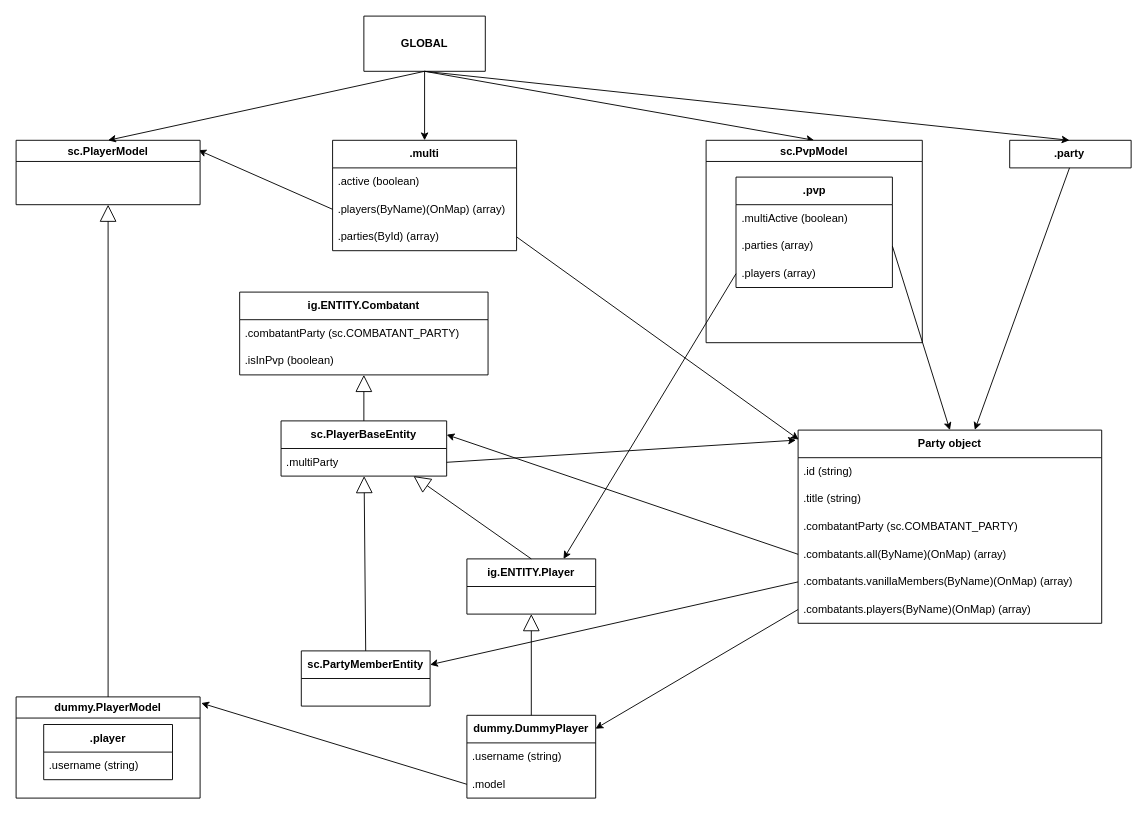
This is docs/drawio/game-vars.drawio from krypciak/cc-multibakery, a draw.io file, before an edit. Source tidied: cells renumbered, new cells numbered last; positions are measured from the earlier drawing's top-left corner, leaving out a move shared by most shapes. Both pictures are drawn from the tidied source at 92%, with x=0, y=0 at pixel (16, 16).
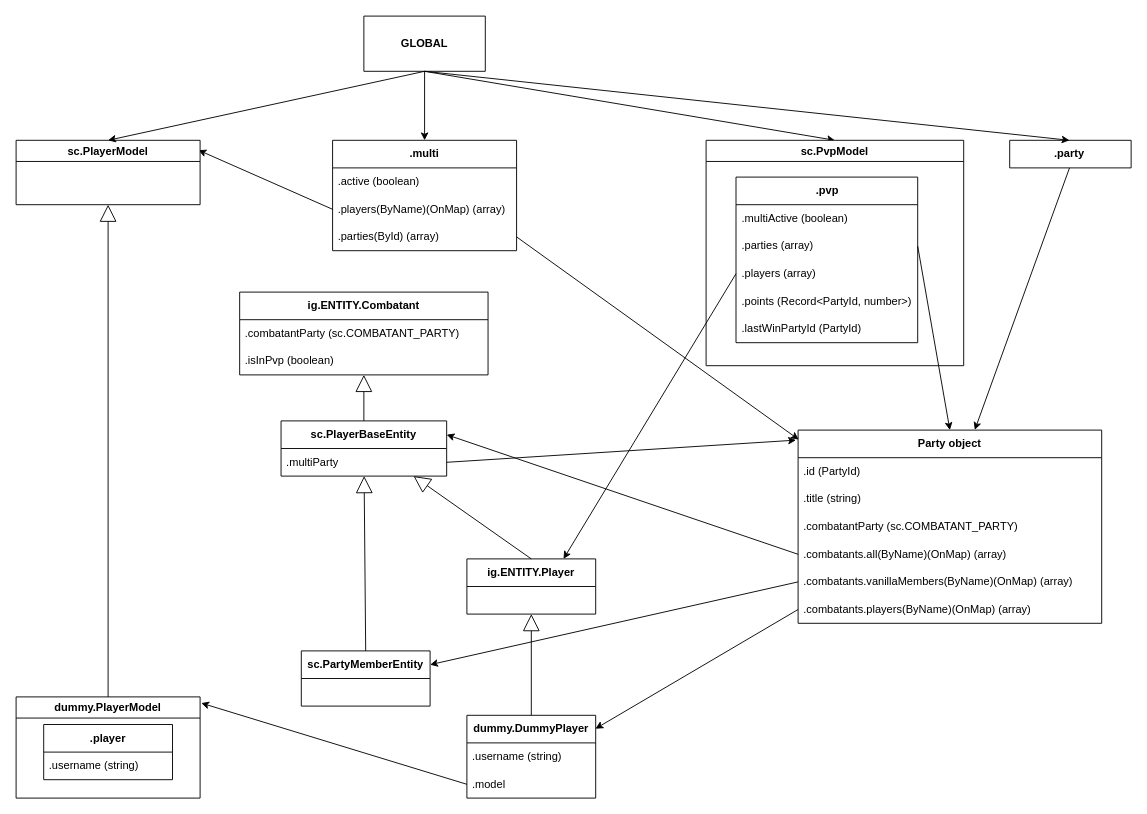
After the change.

Commit message (it also covers changes not shown here):
Add pvp.points and pvp.lastWinPartyId read only game variables

Unchanged cells that the change refers to:
```xml
<mxCell id="12" value="&lt;b&gt;Party object&lt;/b&gt;" style="swimlane;fontStyle=0;horizontal=1;startSize=30;whiteSpace=wrap;html=1;" parent="1" vertex="1">
  <mxGeometry x="850" y="450" width="330" height="210" as="geometry" />
</mxCell>
```

Change to the diagram source:
```diff
@@
-    <mxCell id="13" value=".id (string)" style="text;strokeColor=none;fillColor=none;align=left;verticalAlign=middle;spacingLeft=4;spacingRight=4;overflow=hidden;whiteSpace=wrap;html=1;" parent="12" vertex="1">
+    <mxCell id="13" value=".id (PartyId)" style="text;strokeColor=none;fillColor=none;align=left;verticalAlign=middle;spacingLeft=4;spacingRight=4;overflow=hidden;whiteSpace=wrap;html=1;" parent="12" vertex="1">
       <mxGeometry y="30" width="330" height="30" as="geometry" />
     </mxCell>
@@
     <mxCell id="45" value="sc.PvpModel" style="swimlane;whiteSpace=wrap;html=1;" parent="1" vertex="1">
-      <mxGeometry x="750" y="135" width="235" height="220" as="geometry" />
+      <mxGeometry x="750" y="135" width="280" height="245" as="geometry" />
     </mxCell>
     <mxCell id="46" value="&lt;b&gt;.pvp&lt;/b&gt;" style="swimlane;fontStyle=0;horizontal=1;startSize=30;whiteSpace=wrap;html=1;" parent="45" vertex="1">
-      <mxGeometry x="32.5" y="40" width="170" height="120" as="geometry" />
+      <mxGeometry x="32.5" y="40" width="197.5" height="180" as="geometry" />
     </mxCell>
     <mxCell id="47" value=".multiActive (boolean)" style="text;strokeColor=none;fillColor=none;align=left;verticalAlign=middle;spacingLeft=4;spacingRight=4;overflow=hidden;whiteSpace=wrap;html=1;" parent="46" vertex="1">
-      <mxGeometry y="30" width="170" height="30" as="geometry" />
+      <mxGeometry y="30" width="197.5" height="30" as="geometry" />
     </mxCell>
     <mxCell id="48" value=".parties (array)" style="text;strokeColor=none;fillColor=none;align=left;verticalAlign=middle;spacingLeft=4;spacingRight=4;overflow=hidden;points=[[0,0.5],[1,0.5]];portConstraint=eastwest;whiteSpace=wrap;html=1;" parent="46" vertex="1">
-      <mxGeometry y="60" width="170" height="30" as="geometry" />
+      <mxGeometry y="60" width="197.5" height="30" as="geometry" />
     </mxCell>
     <mxCell id="49" value=".players (array)" style="text;strokeColor=none;fillColor=none;align=left;verticalAlign=middle;spacingLeft=4;spacingRight=4;overflow=hidden;points=[[0,0.5],[1,0.5]];portConstraint=eastwest;whiteSpace=wrap;html=1;" parent="46" vertex="1">
-      <mxGeometry y="90" width="170" height="30" as="geometry" />
+      <mxGeometry y="90" width="197.5" height="30" as="geometry" />
     </mxCell>
+    <mxCell id="55" value=".points (Record&amp;lt;PartyId, number&amp;gt;)" style="text;strokeColor=none;fillColor=none;align=left;verticalAlign=middle;spacingLeft=4;spacingRight=4;overflow=hidden;whiteSpace=wrap;html=1;" parent="46" vertex="1">
+      <mxGeometry y="120" width="197.5" height="30" as="geometry" />
+    </mxCell>
+    <mxCell id="56" value=".lastWinPartyId (PartyId)" style="text;strokeColor=none;fillColor=none;align=left;verticalAlign=middle;spacingLeft=4;spacingRight=4;overflow=hidden;whiteSpace=wrap;html=1;" parent="46" vertex="1">
+      <mxGeometry y="150" width="197.5" height="30" as="geometry" />
+    </mxCell>
```
